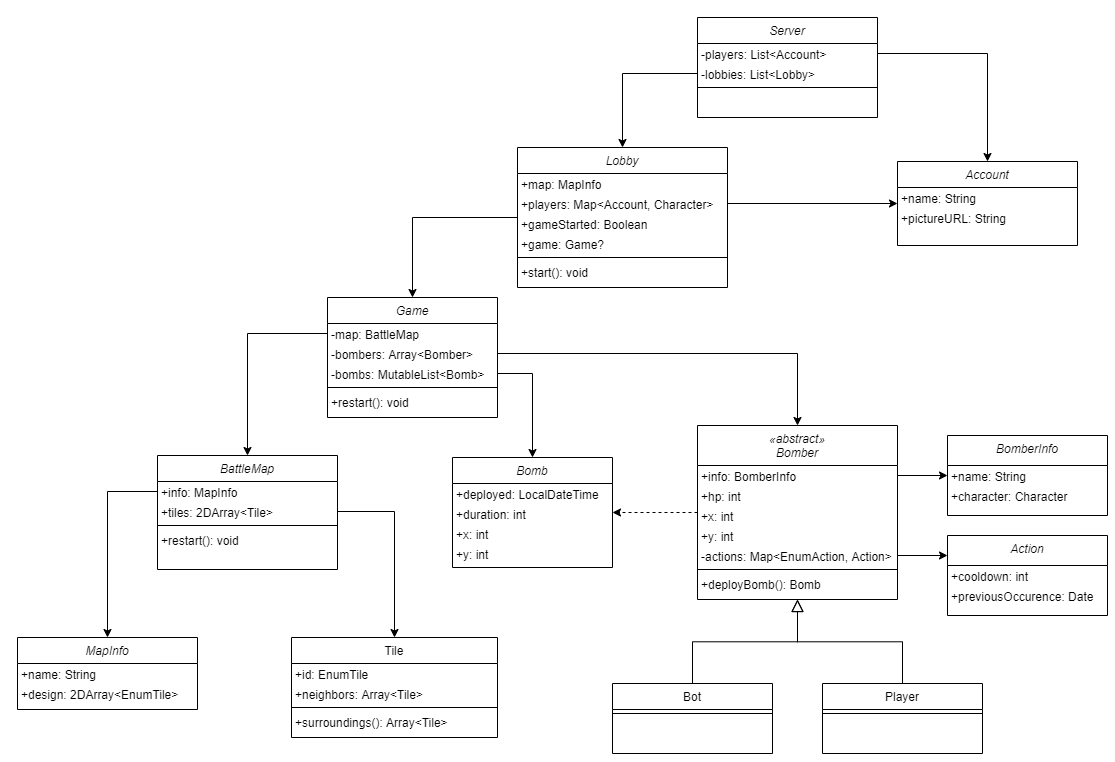
This is docs/GoGo.png from Darderion/GoGo, a draw.io export, as it was before one commit. Source tidied: cells renumbered, new cells last; positions are measured from the earlier drawing's top-left corner, leaving out a move shared by most shapes.
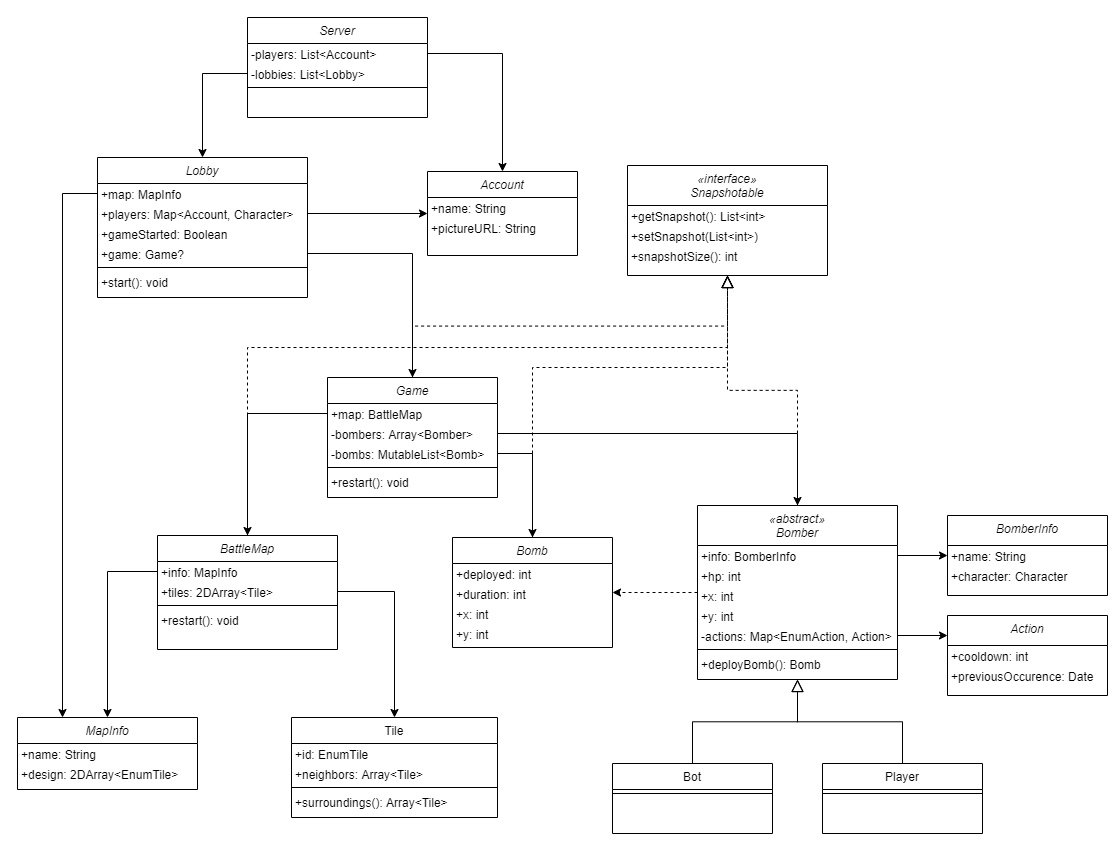
After the commit.

The edit, as a diff of the source:
```diff
@@ -35,7 +35,7 @@
     <mxCell id="12" value="Game" style="swimlane;fontStyle=2;align=center;verticalAlign=top;horizontal=1;startSize=26;rounded=0;shadow=0;strokeWidth=1;" parent="1" vertex="1">
       <mxGeometry x="310" y="280" width="170" height="120" as="geometry" />
     </mxCell>
-    <mxCell id="13" value="-map: BattleMap" style="text;align=left;verticalAlign=top;spacingLeft=4;spacingRight=4;overflow=hidden;points=[[0,0.5],[1,0.5]];portConstraint=eastwest;spacing=0;" parent="12" vertex="1">
+    <mxCell id="13" value="+map: BattleMap" style="text;align=left;verticalAlign=top;spacingLeft=4;spacingRight=4;overflow=hidden;points=[[0,0.5],[1,0.5]];portConstraint=eastwest;spacing=0;" parent="12" vertex="1">
       <mxGeometry y="26" width="170" height="20" as="geometry" />
     </mxCell>
     <mxCell id="14" value="-bombers: Array&lt;Bomber&gt;" style="text;align=left;verticalAlign=top;spacingLeft=4;spacingRight=4;overflow=hidden;points=[[0,0.5],[1,0.5]];portConstraint=eastwest;spacing=0;" parent="12" vertex="1">
@@ -119,7 +119,7 @@
     <mxCell id="40" value="Bomb" style="swimlane;fontStyle=2;align=center;verticalAlign=top;horizontal=1;startSize=26;rounded=0;shadow=0;strokeWidth=1;" parent="1" vertex="1">
       <mxGeometry x="435" y="440" width="160" height="110" as="geometry" />
     </mxCell>
-    <mxCell id="41" value="+deployed: LocalDateTime" style="text;align=left;verticalAlign=top;spacingLeft=4;spacingRight=4;overflow=hidden;spacing=0;" parent="40" vertex="1">
+    <mxCell id="41" value="+deployed: int" style="text;align=left;verticalAlign=top;spacingLeft=4;spacingRight=4;overflow=hidden;spacing=0;" parent="40" vertex="1">
       <mxGeometry y="26" width="160" height="20" as="geometry" />
     </mxCell>
     <mxCell id="42" value="+duration: int" style="text;align=left;verticalAlign=top;spacingLeft=4;spacingRight=4;overflow=hidden;spacing=0;" parent="40" vertex="1">
@@ -135,7 +135,7 @@
       <mxGeometry relative="1" as="geometry" />
     </mxCell>
     <mxCell id="46" value="Server" style="swimlane;fontStyle=2;align=center;verticalAlign=top;horizontal=1;startSize=26;rounded=0;shadow=0;strokeWidth=1;" parent="1" vertex="1">
-      <mxGeometry x="680" width="180" height="100" as="geometry" />
+      <mxGeometry x="230" y="-80" width="180" height="100" as="geometry" />
     </mxCell>
     <mxCell id="47" value="-players: List&lt;Account&gt;" style="text;align=left;verticalAlign=top;spacingLeft=4;spacingRight=4;overflow=hidden;points=[[0,0.5],[1,0.5]];portConstraint=eastwest;spacing=0;" parent="46" vertex="1">
       <mxGeometry y="26" width="180" height="20" as="geometry" />
@@ -149,11 +149,8 @@
     <mxCell id="50" style="edgeStyle=orthogonalEdgeStyle;rounded=0;jettySize=auto;html=1;" parent="1" edge="1" source="47" target="59">
       <mxGeometry relative="1" as="geometry" />
     </mxCell>
-    <mxCell id="51" style="edgeStyle=orthogonalEdgeStyle;rounded=0;jettySize=auto;html=1;" parent="1" edge="1" source="52" target="12">
-      <mxGeometry relative="1" as="geometry" />
-    </mxCell>
     <mxCell id="52" value="Lobby" style="swimlane;fontStyle=2;align=center;verticalAlign=top;horizontal=1;startSize=26;rounded=0;shadow=0;strokeWidth=1;" parent="1" vertex="1">
-      <mxGeometry x="500" y="130" width="210" height="140" as="geometry" />
+      <mxGeometry x="80" y="60" width="210" height="140" as="geometry" />
     </mxCell>
     <mxCell id="53" value="+map: MapInfo" style="text;align=left;verticalAlign=top;spacingLeft=4;spacingRight=4;overflow=hidden;points=[[0,0.5],[1,0.5]];portConstraint=eastwest;spacing=0;" parent="52" vertex="1">
       <mxGeometry y="26" width="210" height="20" as="geometry" />
@@ -174,13 +171,13 @@
       <mxGeometry y="114" width="210" height="20" as="geometry" />
     </mxCell>
     <mxCell id="59" value="Account" style="swimlane;fontStyle=2;align=center;verticalAlign=top;horizontal=1;startSize=26;rounded=0;shadow=0;strokeWidth=1;" parent="1" vertex="1">
-      <mxGeometry x="880" y="144" width="180" height="84" as="geometry" />
+      <mxGeometry x="410" y="74" width="150" height="84" as="geometry" />
     </mxCell>
     <mxCell id="60" value="+name: String" style="text;align=left;verticalAlign=top;spacingLeft=4;spacingRight=4;overflow=hidden;spacing=0;" parent="59" vertex="1">
-      <mxGeometry y="26" width="180" height="20" as="geometry" />
+      <mxGeometry y="26" width="150" height="20" as="geometry" />
     </mxCell>
     <mxCell id="61" value="+pictureURL: String" style="text;align=left;verticalAlign=top;spacingLeft=4;spacingRight=4;overflow=hidden;spacing=0;" parent="59" vertex="1">
-      <mxGeometry y="46" width="180" height="20" as="geometry" />
+      <mxGeometry y="46" width="150" height="20" as="geometry" />
     </mxCell>
     <mxCell id="62" value="MapInfo" style="swimlane;fontStyle=2;align=center;verticalAlign=top;horizontal=1;startSize=26;rounded=0;shadow=0;strokeWidth=1;" parent="1" vertex="1">
       <mxGeometry y="620" width="180" height="72" as="geometry" />
@@ -212,5 +209,43 @@
     <mxCell id="71" style="edgeStyle=orthogonalEdgeStyle;rounded=0;jettySize=auto;html=1;" parent="1" edge="1" source="20" target="68">
       <mxGeometry relative="1" as="geometry" />
     </mxCell>
+    <mxCell id="72" style="edgeStyle=orthogonalEdgeStyle;rounded=0;jettySize=auto;html=1;exitX=0;exitY=0.5;exitDx=0;exitDy=0;entryX=0.25;entryY=0;entryDx=0;entryDy=0;" parent="1" edge="1" source="53" target="62">
+      <mxGeometry relative="1" as="geometry" />
+    </mxCell>
+    <mxCell id="73" style="edgeStyle=orthogonalEdgeStyle;rounded=0;jettySize=auto;html=1;exitX=1;exitY=0.5;exitDx=0;exitDy=0;" parent="1" edge="1" source="56" target="12">
+      <mxGeometry relative="1" as="geometry" />
+    </mxCell>
+    <mxCell id="74" value="«interface»&#10;Snapshotable" style="swimlane;fontStyle=2;align=center;verticalAlign=top;horizontal=1;startSize=40;rounded=0;shadow=0;strokeWidth=1;" parent="1" vertex="1">
+      <mxGeometry x="610" y="68" width="200" height="110" as="geometry" />
+    </mxCell>
+    <mxCell id="75" value="+getSnapshot(): List&lt;int&gt;" style="text;align=left;verticalAlign=top;spacingLeft=4;spacingRight=4;overflow=hidden;spacing=0;" parent="74" vertex="1">
+      <mxGeometry y="40" width="200" height="20" as="geometry" />
+    </mxCell>
+    <mxCell id="76" value="+setSnapshot(List&lt;int&gt;)" style="text;align=left;verticalAlign=top;spacingLeft=4;spacingRight=4;overflow=hidden;rounded=0;shadow=0;html=0;spacing=0;" parent="74" vertex="1">
+      <mxGeometry y="60" width="200" height="20" as="geometry" />
+    </mxCell>
+    <mxCell id="77" value="+snapshotSize(): int" style="text;align=left;verticalAlign=top;spacingLeft=4;spacingRight=4;overflow=hidden;rounded=0;shadow=0;html=0;spacing=0;" parent="74" vertex="1">
+      <mxGeometry y="80" width="200" height="20" as="geometry" />
+    </mxCell>
+    <mxCell id="78" style="endArrow=block;endSize=10;endFill=0;shadow=0;strokeWidth=1;rounded=0;edgeStyle=elbowEdgeStyle;elbow=vertical;dashed=1;" parent="1" edge="1" source="19" target="74">
+      <mxGeometry relative="1" as="geometry" />
+    </mxCell>
+    <mxCell id="79" style="endArrow=block;endSize=10;endFill=0;shadow=0;strokeWidth=1;rounded=0;edgeStyle=elbowEdgeStyle;elbow=vertical;dashed=1;" parent="1" edge="1" source="12" target="74">
+      <mxGeometry relative="1" as="geometry" />
+    </mxCell>
+    <mxCell id="80" style="endArrow=block;endSize=10;endFill=0;shadow=0;strokeWidth=1;rounded=0;edgeStyle=elbowEdgeStyle;elbow=vertical;dashed=1;entryX=0.5;entryY=1;entryDx=0;entryDy=0;" parent="1" edge="1" source="40" target="74">
+      <mxGeometry relative="1" as="geometry">
+        <Array as="points">
+          <mxPoint x="687" y="270" />
+        </Array>
+      </mxGeometry>
+    </mxCell>
+    <mxCell id="81" style="endArrow=block;endSize=10;endFill=0;shadow=0;strokeWidth=1;rounded=0;edgeStyle=elbowEdgeStyle;elbow=vertical;dashed=1;" parent="1" edge="1" source="2" target="74">
+      <mxGeometry relative="1" as="geometry">
+        <Array as="points">
+          <mxPoint x="470" y="250" />
+        </Array>
+      </mxGeometry>
+    </mxCell>
   </root>
 </mxGraphModel>
```
